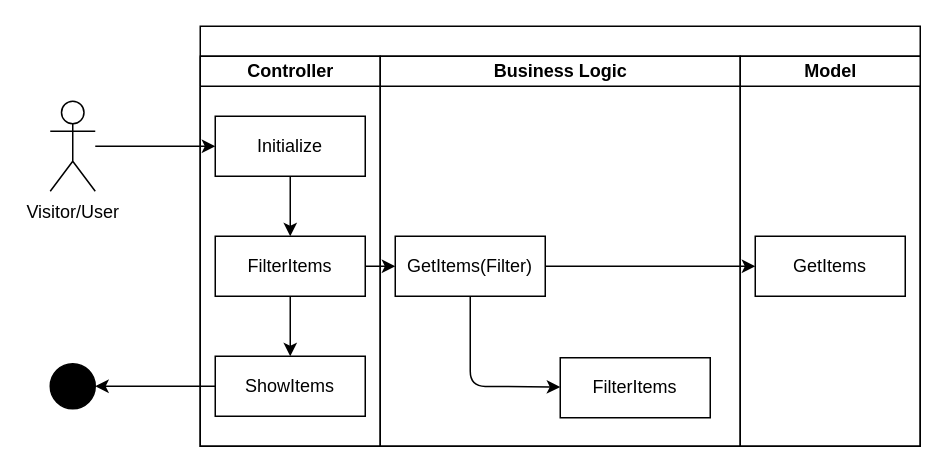
JochemGrootherder/educom-webshop-runtime-records keeps this draw.io diagram as diagrams/ASD/FilterItems.drawio. Above is the earlier version. Source tidied: cells renumbered, new cells numbered last; positions are measured from the earlier drawing's top-left corner, leaving out a move shared by most shapes. Both pictures are drawn from the tidied source at 150%, with x=0, y=0 at pixel (50, 26).
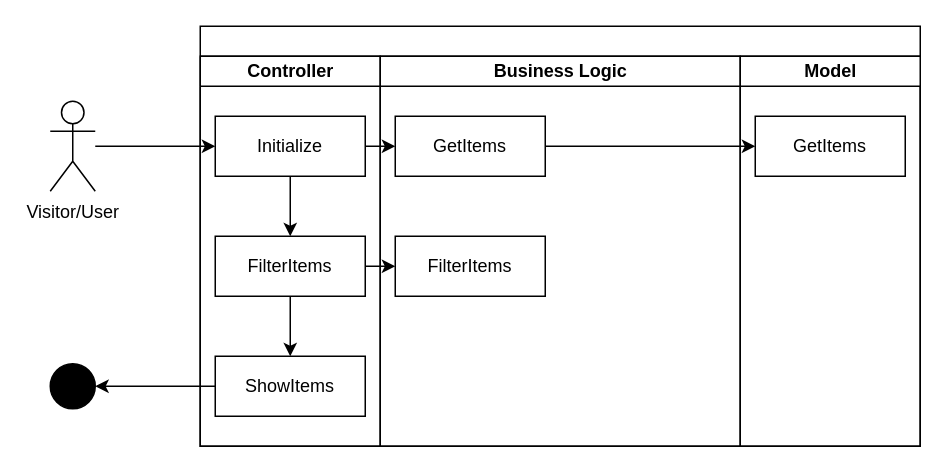
Above is the later version.

The change refers to these unchanged cells:
```xml
<mxCell id="2" style="swimlane;startSize=20;html=1;" parent="1" vertex="1">
  <mxGeometry x="100" width="480" height="280" as="geometry" />
</mxCell>
<mxCell id="5" value="Initialize" style="rounded=0;whiteSpace=wrap;html=1;" parent="3" vertex="1">
  <mxGeometry x="10" y="40" width="100" height="40" as="geometry" />
</mxCell>
<mxCell id="7" value="FilterItems" style="rounded=0;whiteSpace=wrap;html=1;" parent="3" vertex="1">
  <mxGeometry x="10" y="120" width="100" height="40" as="geometry" />
</mxCell>
<mxCell id="9" value="Business Logic" style="swimlane;startSize=20;html=1;" parent="2" vertex="1">
  <mxGeometry x="120" y="20" width="240" height="260" as="geometry" />
</mxCell>
<mxCell id="13" value="Model" style="swimlane;startSize=20;html=1;" parent="2" vertex="1">
  <mxGeometry x="360" y="20" width="120" height="260" as="geometry" />
</mxCell>
```

The edit, as a diff of the source:
```diff
@@
+    <mxCell id="15" style="edgeStyle=none;html=1;" parent="2" edge="1" source="5" target="11">
+      <mxGeometry relative="1" as="geometry" />
+    </mxCell>
@@
-    <mxCell id="10" style="edgeStyle=none;html=1;" parent="9" edge="1" source="11" target="12">
-      <mxGeometry relative="1" as="geometry">
-        <Array as="points">
-          <mxPoint x="60" y="220" />
-        </Array>
-      </mxGeometry>
-    </mxCell>
-    <mxCell id="11" value="GetItems(Filter)" style="rounded=0;whiteSpace=wrap;html=1;" parent="9" vertex="1">
-      <mxGeometry x="10" y="120" width="100" height="40" as="geometry" />
+    <mxCell id="11" value="GetItems" style="rounded=0;whiteSpace=wrap;html=1;" parent="9" vertex="1">
+      <mxGeometry x="10" y="40" width="100" height="40" as="geometry" />
     </mxCell>
     <mxCell id="12" value="FilterItems" style="rounded=0;whiteSpace=wrap;html=1;" parent="9" vertex="1">
-      <mxGeometry x="120" y="201" width="100" height="40" as="geometry" />
+      <mxGeometry x="10" y="120" width="100" height="40" as="geometry" />
     </mxCell>
@@
     <mxCell id="14" value="GetItems" style="rounded=0;whiteSpace=wrap;html=1;" parent="13" vertex="1">
-      <mxGeometry x="10" y="120" width="100" height="40" as="geometry" />
+      <mxGeometry x="10" y="40" width="100" height="40" as="geometry" />
     </mxCell>
-    <mxCell id="15" style="edgeStyle=none;html=1;" parent="2" edge="1" source="7" target="11">
-      <mxGeometry relative="1" as="geometry" />
-    </mxCell>
@@
+    <mxCell id="10" style="edgeStyle=none;html=1;" parent="2" edge="1" source="7" target="12">
+      <mxGeometry relative="1" as="geometry" />
+    </mxCell>
```
